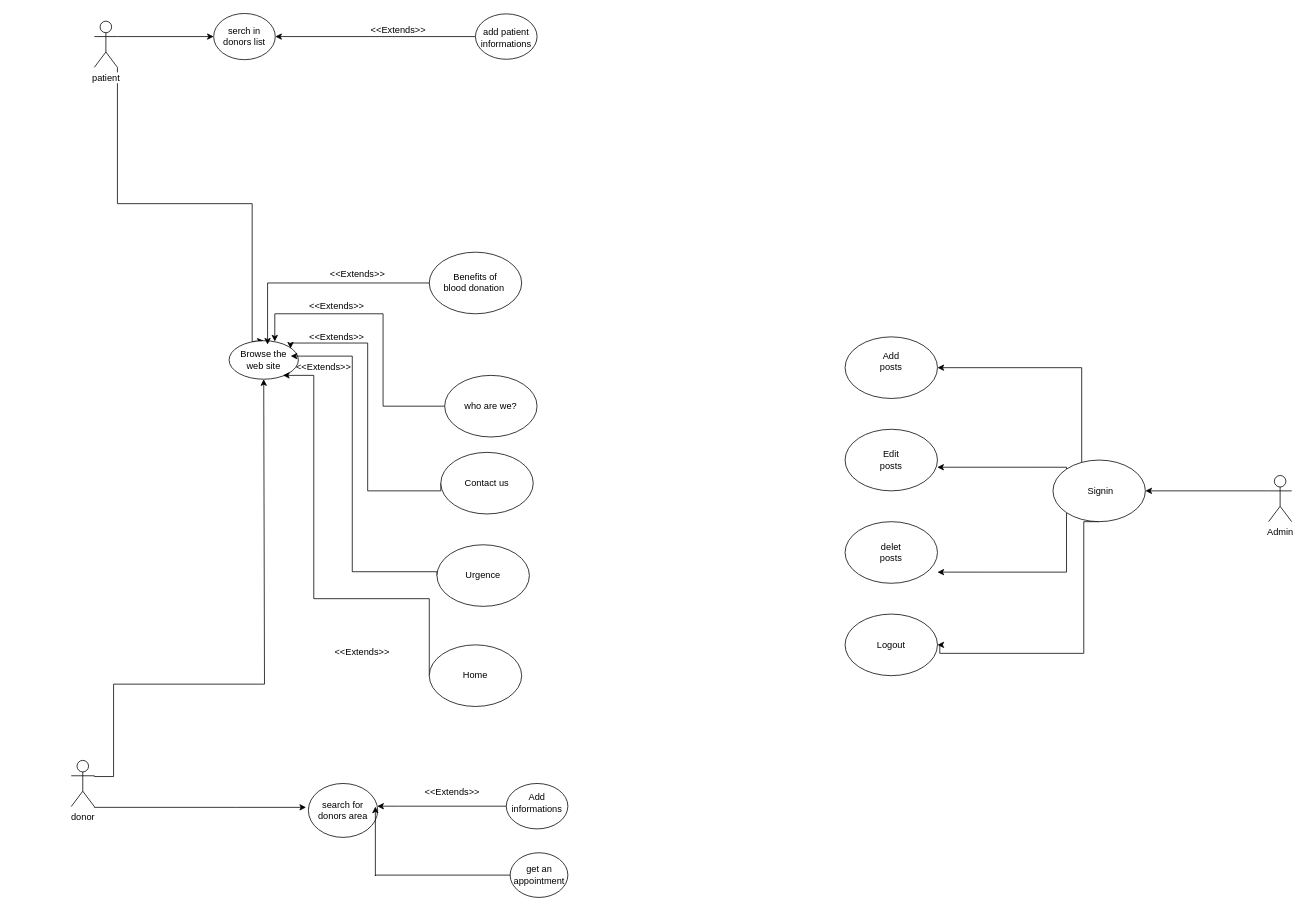
This is usecase.drawio from chaima-marzouk/projet-fil-rouge, a draw.io file, before an edit. Source tidied: cells renumbered, new cells numbered last; positions are measured from the earlier drawing's top-left corner, leaving out a move shared by most shapes. Both pictures are drawn from the tidied source at 77%, with x=0, y=0 at pixel (71, 13).
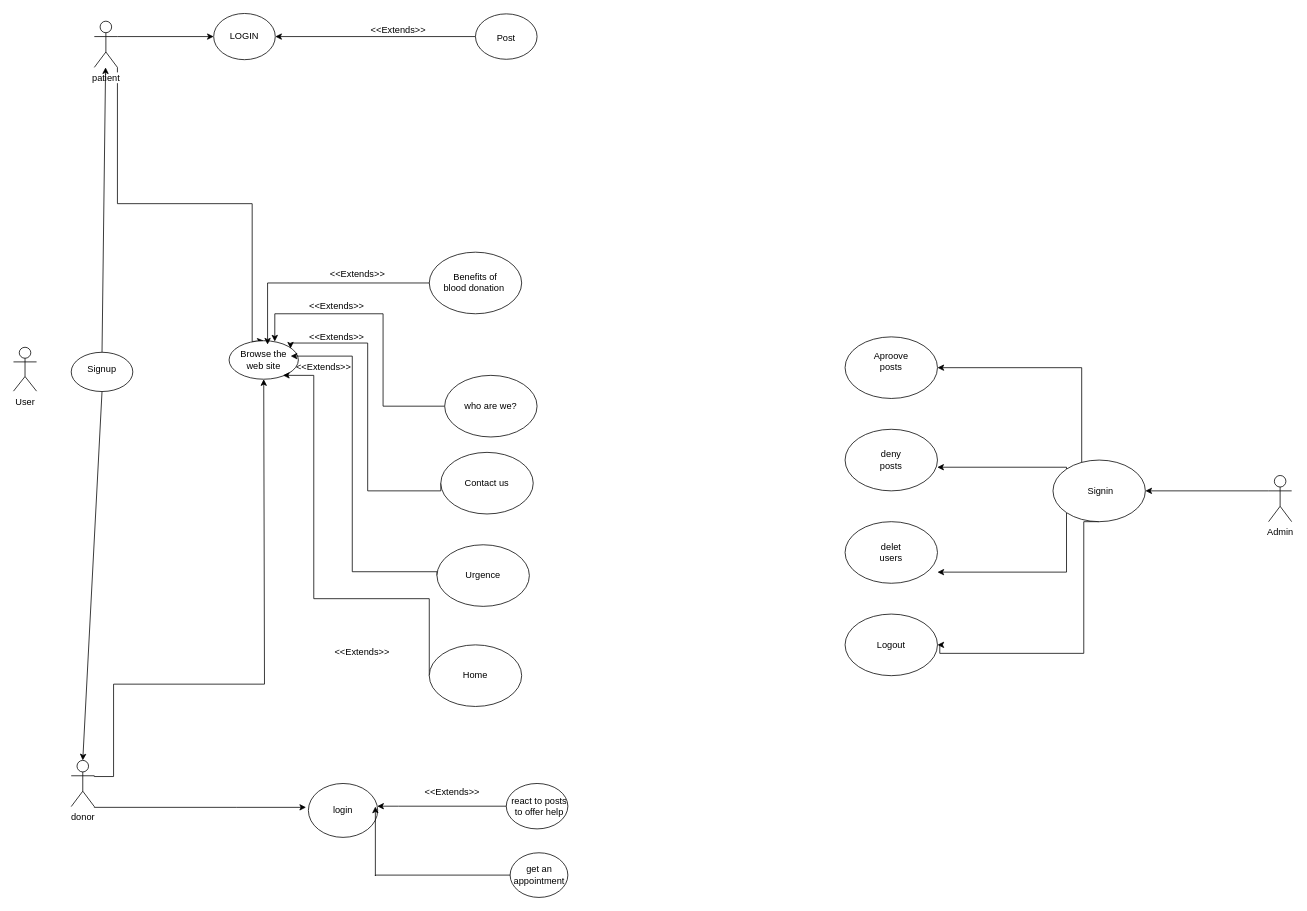
Above is the later version.

Commit message (it also covers changes not shown here):
edit user case

The change refers to these unchanged cells:
```xml
<mxCell id="6" value="donor" style="shape=umlActor;verticalLabelPosition=bottom;labelBackgroundColor=#ffffff;verticalAlign=top;html=1;outlineConnect=0;" parent="1" vertex="1">
  <mxGeometry y="970" width="30" height="60" as="geometry" />
</mxCell>
<mxCell id="9" value="patient" style="shape=umlActor;verticalLabelPosition=bottom;labelBackgroundColor=#ffffff;verticalAlign=top;html=1;outlineConnect=0;" parent="1" vertex="1">
  <mxGeometry x="30" y="10" width="30" height="60" as="geometry" />
</mxCell>
```

The edit, as a diff of the source:
```diff
@@
-    <mxCell id="37" value="serch in donors list" style="text;html=1;strokeColor=none;fillColor=none;align=center;verticalAlign=middle;whiteSpace=wrap;rounded=0;" parent="1" vertex="1">
+    <mxCell id="37" value="LOGIN" style="text;html=1;strokeColor=none;fillColor=none;align=center;verticalAlign=middle;whiteSpace=wrap;rounded=0;" parent="1" vertex="1">
       <mxGeometry x="194" y="20" width="62" height="20" as="geometry" />
     </mxCell>
-    <mxCell id="38" value="add patient informations" style="text;html=1;strokeColor=none;fillColor=none;align=center;verticalAlign=middle;whiteSpace=wrap;rounded=0;" parent="1" vertex="1">
+    <mxCell id="38" value="Post" style="text;html=1;strokeColor=none;fillColor=none;align=center;verticalAlign=middle;whiteSpace=wrap;rounded=0;" parent="1" vertex="1">
       <mxGeometry x="525" y="21.5" width="80" height="20" as="geometry" />
     </mxCell>
@@
-    <mxCell id="44" value="search for donors area" style="text;html=1;strokeColor=none;fillColor=none;align=center;verticalAlign=middle;whiteSpace=wrap;rounded=0;" parent="1" vertex="1">
+    <mxCell id="44" value="login" style="text;html=1;strokeColor=none;fillColor=none;align=center;verticalAlign=middle;whiteSpace=wrap;rounded=0;" parent="1" vertex="1">
       <mxGeometry x="317" y="1025" width="72" height="20" as="geometry" />
     </mxCell>
-    <mxCell id="45" value="Add informations" style="text;html=1;strokeColor=none;fillColor=none;align=center;verticalAlign=middle;whiteSpace=wrap;rounded=0;" parent="1" vertex="1">
-      <mxGeometry x="585" y="1015" width="40" height="20" as="geometry" />
+    <mxCell id="45" value="react to posts to offer help" style="text;html=1;strokeColor=none;fillColor=none;align=center;verticalAlign=middle;whiteSpace=wrap;rounded=0;" parent="1" vertex="1">
+      <mxGeometry x="567.5" y="1019.5" width="80" height="20" as="geometry" />
     </mxCell>
-    <mxCell id="46" value="Add posts" style="text;html=1;strokeColor=none;fillColor=none;align=center;verticalAlign=middle;whiteSpace=wrap;rounded=0;" parent="1" vertex="1">
+    <mxCell id="46" value="Aproove posts" style="text;html=1;strokeColor=none;fillColor=none;align=center;verticalAlign=middle;whiteSpace=wrap;rounded=0;" parent="1" vertex="1">
       <mxGeometry x="1045" y="442" width="40" height="20" as="geometry" />
     </mxCell>
-    <mxCell id="47" value="Edit posts" style="text;html=1;strokeColor=none;fillColor=none;align=center;verticalAlign=middle;whiteSpace=wrap;rounded=0;" parent="1" vertex="1">
+    <mxCell id="47" value="deny posts" style="text;html=1;strokeColor=none;fillColor=none;align=center;verticalAlign=middle;whiteSpace=wrap;rounded=0;" parent="1" vertex="1">
       <mxGeometry x="1045" y="570" width="40" height="20" as="geometry" />
     </mxCell>
-    <mxCell id="48" value="delet posts" style="text;html=1;strokeColor=none;fillColor=none;align=center;verticalAlign=middle;whiteSpace=wrap;rounded=0;" parent="1" vertex="1">
+    <mxCell id="48" value="delet users" style="text;html=1;strokeColor=none;fillColor=none;align=center;verticalAlign=middle;whiteSpace=wrap;rounded=0;" parent="1" vertex="1">
       <mxGeometry x="1045" y="690" width="40" height="20" as="geometry" />
     </mxCell>
@@
+    <mxCell id="61" value="User" style="shape=umlActor;verticalLabelPosition=bottom;labelBackgroundColor=#ffffff;verticalAlign=top;html=1;" parent="1" vertex="1">
+      <mxGeometry x="-75" y="433.5" width="30" height="57" as="geometry" />
+    </mxCell>
+    <mxCell id="62" style="endArrow=classic;html=1;entryX=0.5;entryY=0;entryDx=0;entryDy=0;entryPerimeter=0;exitX=0.5;exitY=1;exitDx=0;exitDy=0;" parent="1" edge="1" source="64" target="6">
+      <mxGeometry relative="1" as="geometry" />
+    </mxCell>
+    <mxCell id="63" style="endArrow=classic;html=1;exitX=0.5;exitY=0;exitDx=0;exitDy=0;" parent="1" edge="1" source="64" target="9">
+      <mxGeometry relative="1" as="geometry" />
+    </mxCell>
+    <mxCell id="64" style="ellipse;whiteSpace=wrap;html=1;" parent="1" vertex="1">
+      <mxGeometry y="440" width="80" height="51" as="geometry" />
+    </mxCell>
+    <mxCell id="65" value="Signup" style="text;html=1;strokeColor=none;fillColor=none;align=center;verticalAlign=middle;whiteSpace=wrap;rounded=0;" parent="1" vertex="1">
+      <mxGeometry x="20" y="452" width="40" height="20" as="geometry" />
+    </mxCell>
```
